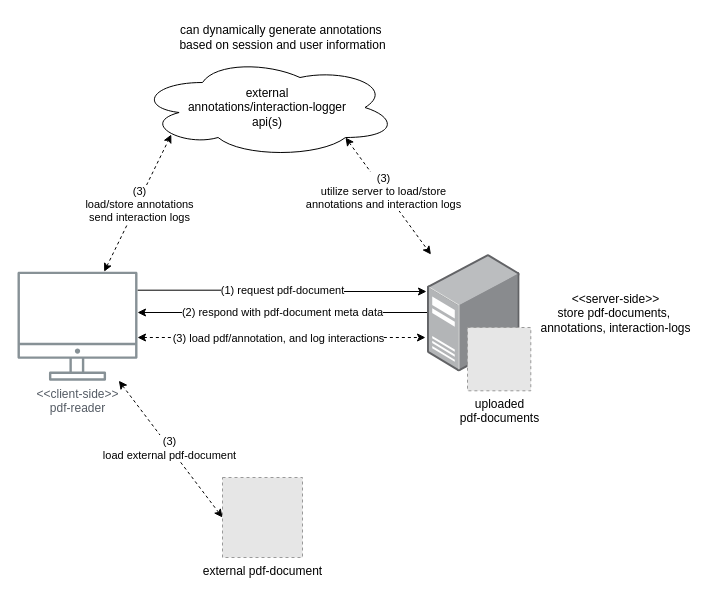
mhassany-pitt/pdf-reader keeps this draw.io diagram as diagrams/pdf-reader.drawio. Above is the earlier version. Source tidied: cells renumbered, new cells numbered last; positions are measured from the earlier drawing's top-left corner, leaving out a move shared by most shapes. Both pictures are drawn from the tidied source at 100%, with x=0, y=0 at pixel (17, 17). Pictures stored in the file or linked from it are replaced by grey dashed boxes.
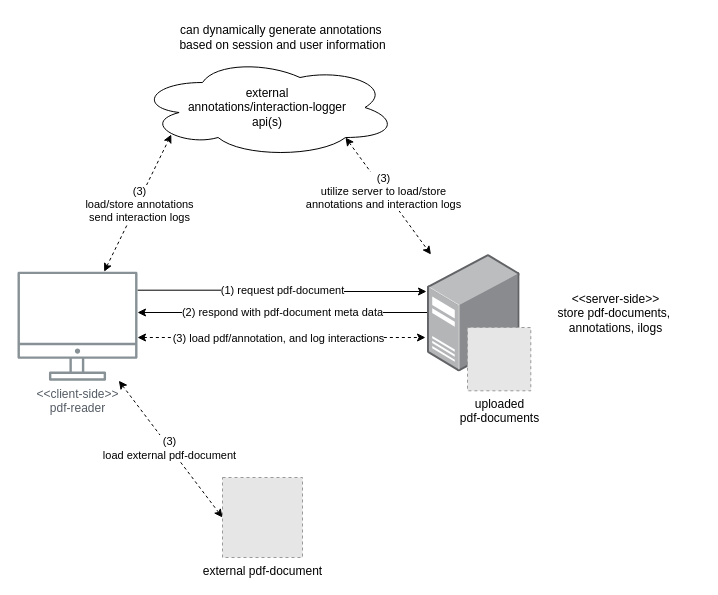
The same diagram, later.

Diff of the diagram source:
```diff
@@
-    <mxCell id="14" value="&amp;lt;&amp;lt;server-side&amp;gt;&amp;gt;&lt;br&gt;store pdf-documents,&amp;nbsp;&lt;br&gt;annotations, interaction-logs" style="text;html=1;align=center;verticalAlign=middle;strokeColor=none;fillColor=none;" parent="1" vertex="1">
+    <mxCell id="14" value="&amp;lt;&amp;lt;server-side&amp;gt;&amp;gt;&lt;br&gt;store pdf-documents,&amp;nbsp;&lt;br&gt;annotations, ilogs" style="text;html=1;align=center;verticalAlign=middle;strokeColor=none;fillColor=none;" parent="1" vertex="1">
       <mxGeometry x="513.3" y="265.7" width="170" height="60" as="geometry" />
     </mxCell>
```
